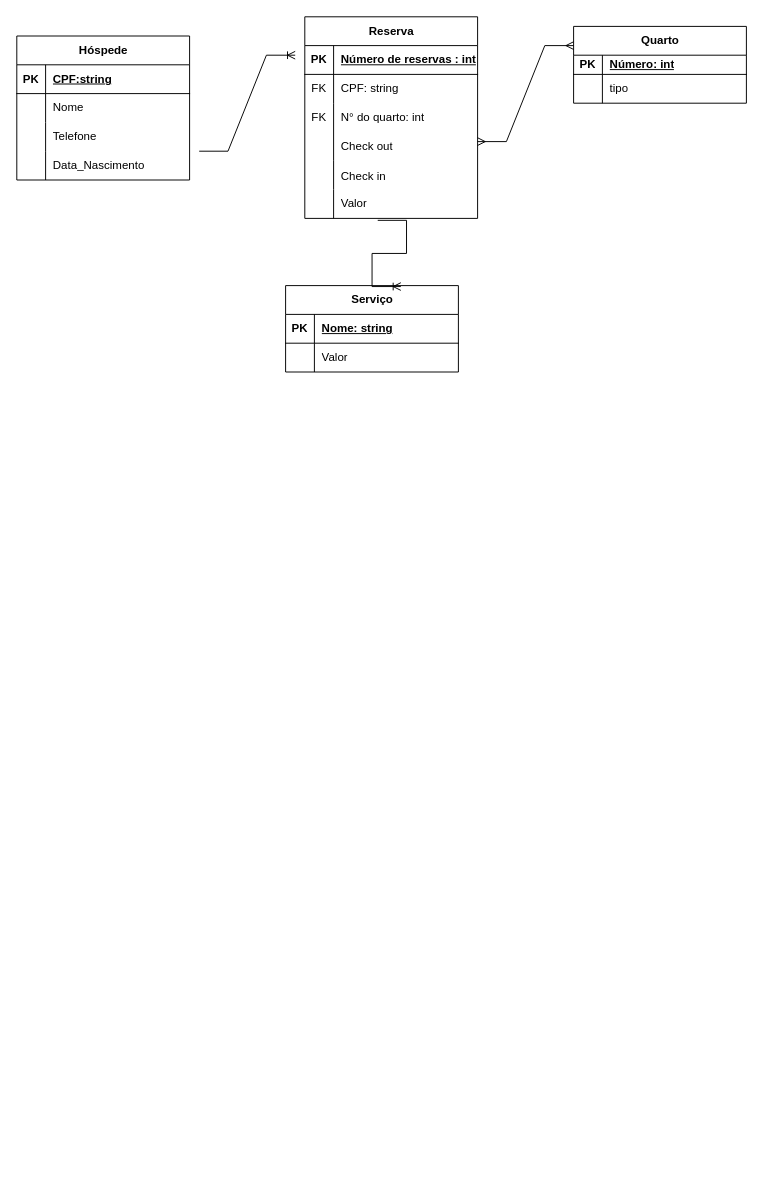
This is aula dia 10.drawio from 20comer70correr69/apc1-engdm1a, a draw.io file, before an edit. Source tidied: cells renumbered, new cells numbered last; positions are measured from the earlier drawing's top-left corner, leaving out a move shared by most shapes. Both pictures are drawn from the tidied source at 96%, with x=0, y=0 at pixel (16, 7).
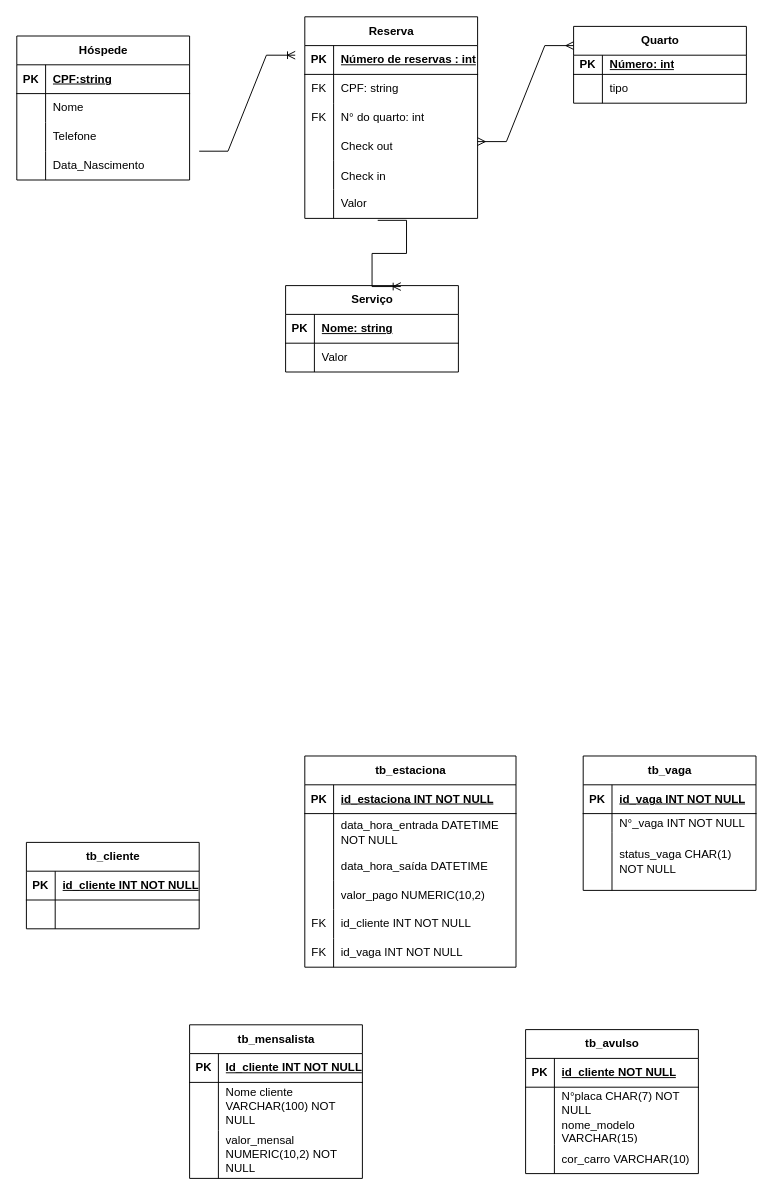
The same diagram, later.

Diff of the diagram source:
```diff
@@
+    <mxCell id="51" value="tb_vaga" style="shape=table;startSize=30;childLayout=tableLayout;rowLines=0;fontStyle=1;align=center;html=1;" parent="1" vertex="1">
+      <mxGeometry x="590" y="780" width="180" height="140" as="geometry" />
+    </mxCell>
+    <mxCell id="52" style="shape=tableRow;horizontal=0;startSize=0;swimlaneHead=0;swimlaneBody=0;fillColor=none;top=0;left=0;right=0;bottom=1;" parent="51" vertex="1">
+      <mxGeometry y="30" width="180" height="30" as="geometry" />
+    </mxCell>
+    <mxCell id="53" value="PK" style="shape=partialRectangle;fillColor=none;top=0;left=0;bottom=0;right=0;fontStyle=1;overflow=hidden;whiteSpace=wrap;html=1;" parent="52" vertex="1">
+      <mxGeometry width="30" height="30" as="geometry" />
+    </mxCell>
+    <mxCell id="54" value="id_vaga INT NOT NULL" style="shape=partialRectangle;fillColor=none;top=0;left=0;bottom=0;right=0;align=left;spacingLeft=6;fontStyle=5;overflow=hidden;whiteSpace=wrap;html=1;" parent="52" vertex="1">
+      <mxGeometry x="30" width="150" height="30" as="geometry" />
+    </mxCell>
+    <mxCell id="55" style="shape=tableRow;horizontal=0;startSize=0;swimlaneHead=0;swimlaneBody=0;fillColor=none;top=0;left=0;right=0;bottom=0;" parent="51" vertex="1">
+      <mxGeometry y="60" width="180" height="20" as="geometry" />
+    </mxCell>
+    <mxCell id="56" style="shape=partialRectangle;fillColor=none;top=0;left=0;bottom=0;right=0;overflow=hidden;whiteSpace=wrap;html=1;" parent="55" vertex="1">
+      <mxGeometry width="30" height="20" as="geometry" />
+    </mxCell>
+    <mxCell id="57" value="N°_vaga INT NOT NULL" style="shape=partialRectangle;fillColor=none;top=0;left=0;bottom=0;right=0;align=left;spacingLeft=6;overflow=hidden;whiteSpace=wrap;html=1;" parent="55" vertex="1">
+      <mxGeometry x="30" width="150" height="20" as="geometry" />
+    </mxCell>
+    <mxCell id="58" style="shape=tableRow;horizontal=0;startSize=0;swimlaneHead=0;swimlaneBody=0;fillColor=none;top=0;left=0;right=0;bottom=0;" parent="51" vertex="1">
+      <mxGeometry y="80" width="180" height="60" as="geometry" />
+    </mxCell>
+    <mxCell id="59" style="shape=partialRectangle;fillColor=none;top=0;left=0;bottom=0;right=0;overflow=hidden;whiteSpace=wrap;html=1;" parent="58" vertex="1">
+      <mxGeometry width="30" height="60" as="geometry" />
+    </mxCell>
+    <mxCell id="60" value="status_vaga CHAR(1) NOT NULL" style="shape=partialRectangle;fillColor=none;top=0;left=0;bottom=0;right=0;align=left;spacingLeft=6;overflow=hidden;whiteSpace=wrap;html=1;" parent="58" vertex="1">
+      <mxGeometry x="30" width="150" height="60" as="geometry" />
+    </mxCell>
+    <mxCell id="61" value="tb_mensalista" style="shape=table;startSize=30;childLayout=tableLayout;rowLines=0;fontStyle=1;align=center;html=1;" parent="1" vertex="1">
+      <mxGeometry x="180" y="1060" width="180" height="160" as="geometry" />
+    </mxCell>
+    <mxCell id="62" style="shape=tableRow;horizontal=0;startSize=0;swimlaneHead=0;swimlaneBody=0;fillColor=none;top=0;left=0;right=0;bottom=1;" parent="61" vertex="1">
+      <mxGeometry y="30" width="180" height="30" as="geometry" />
+    </mxCell>
+    <mxCell id="63" value="PK" style="shape=partialRectangle;fillColor=none;top=0;left=0;bottom=0;right=0;fontStyle=1;overflow=hidden;whiteSpace=wrap;html=1;" parent="62" vertex="1">
+      <mxGeometry width="30" height="30" as="geometry" />
+    </mxCell>
+    <mxCell id="64" value="Id_cliente INT NOT NULL" style="shape=partialRectangle;fillColor=none;top=0;left=0;bottom=0;right=0;align=left;spacingLeft=6;fontStyle=5;overflow=hidden;whiteSpace=wrap;html=1;" parent="62" vertex="1">
+      <mxGeometry x="30" width="150" height="30" as="geometry" />
+    </mxCell>
+    <mxCell id="65" style="shape=tableRow;horizontal=0;startSize=0;swimlaneHead=0;swimlaneBody=0;fillColor=none;top=0;left=0;right=0;bottom=0;" parent="61" vertex="1">
+      <mxGeometry y="60" width="180" height="50" as="geometry" />
+    </mxCell>
+    <mxCell id="66" style="shape=partialRectangle;fillColor=none;top=0;left=0;bottom=0;right=0;overflow=hidden;whiteSpace=wrap;html=1;" parent="65" vertex="1">
+      <mxGeometry width="30" height="50" as="geometry" />
+    </mxCell>
+    <mxCell id="67" value="Nome cliente VARCHAR(100) NOT NULL" style="shape=partialRectangle;fillColor=none;top=0;left=0;bottom=0;right=0;align=left;spacingLeft=6;overflow=hidden;whiteSpace=wrap;html=1;" parent="65" vertex="1">
+      <mxGeometry x="30" width="150" height="50" as="geometry" />
+    </mxCell>
+    <mxCell id="68" style="shape=tableRow;horizontal=0;startSize=0;swimlaneHead=0;swimlaneBody=0;fillColor=none;top=0;left=0;right=0;bottom=0;" parent="61" vertex="1">
+      <mxGeometry y="110" width="180" height="50" as="geometry" />
+    </mxCell>
+    <mxCell id="69" style="shape=partialRectangle;fillColor=none;top=0;left=0;bottom=0;right=0;overflow=hidden;whiteSpace=wrap;html=1;" parent="68" vertex="1">
+      <mxGeometry width="30" height="50" as="geometry" />
+    </mxCell>
+    <mxCell id="70" value="valor_mensal NUMERIC(10,2) NOT NULL" style="shape=partialRectangle;fillColor=none;top=0;left=0;bottom=0;right=0;align=left;spacingLeft=6;overflow=hidden;whiteSpace=wrap;html=1;" parent="68" vertex="1">
+      <mxGeometry x="30" width="150" height="50" as="geometry" />
+    </mxCell>
+    <mxCell id="71" value="tb_avulso" style="shape=table;startSize=30;childLayout=tableLayout;rowLines=0;fontStyle=1;align=center;html=1;" parent="1" vertex="1">
+      <mxGeometry x="530" y="1065" width="180" height="150" as="geometry" />
+    </mxCell>
+    <mxCell id="72" style="shape=tableRow;horizontal=0;startSize=0;swimlaneHead=0;swimlaneBody=0;fillColor=none;top=0;left=0;right=0;bottom=1;" parent="71" vertex="1">
+      <mxGeometry y="30" width="180" height="30" as="geometry" />
+    </mxCell>
+    <mxCell id="73" value="PK" style="shape=partialRectangle;fillColor=none;top=0;left=0;bottom=0;right=0;fontStyle=1;overflow=hidden;whiteSpace=wrap;html=1;" parent="72" vertex="1">
+      <mxGeometry width="30" height="30" as="geometry" />
+    </mxCell>
+    <mxCell id="74" value="id_cliente NOT NULL" style="shape=partialRectangle;fillColor=none;top=0;left=0;bottom=0;right=0;align=left;spacingLeft=6;fontStyle=5;overflow=hidden;whiteSpace=wrap;html=1;" parent="72" vertex="1">
+      <mxGeometry x="30" width="150" height="30" as="geometry" />
+    </mxCell>
+    <mxCell id="75" style="shape=tableRow;horizontal=0;startSize=0;swimlaneHead=0;swimlaneBody=0;fillColor=none;top=0;left=0;right=0;bottom=0;" parent="71" vertex="1">
+      <mxGeometry y="60" width="180" height="30" as="geometry" />
+    </mxCell>
+    <mxCell id="76" style="shape=partialRectangle;fillColor=none;top=0;left=0;bottom=0;right=0;overflow=hidden;whiteSpace=wrap;html=1;" parent="75" vertex="1">
+      <mxGeometry width="30" height="30" as="geometry" />
+    </mxCell>
+    <mxCell id="77" value="N°placa CHAR(7) NOT NULL" style="shape=partialRectangle;fillColor=none;top=0;left=0;bottom=0;right=0;align=left;spacingLeft=6;overflow=hidden;whiteSpace=wrap;html=1;" parent="75" vertex="1">
+      <mxGeometry x="30" width="150" height="30" as="geometry" />
+    </mxCell>
+    <mxCell id="78" style="shape=tableRow;horizontal=0;startSize=0;swimlaneHead=0;swimlaneBody=0;fillColor=none;top=0;left=0;right=0;bottom=0;" parent="71" vertex="1">
+      <mxGeometry y="90" width="180" height="30" as="geometry" />
+    </mxCell>
+    <mxCell id="79" style="shape=partialRectangle;fillColor=none;top=0;left=0;bottom=0;right=0;overflow=hidden;whiteSpace=wrap;html=1;" parent="78" vertex="1">
+      <mxGeometry width="30" height="30" as="geometry" />
+    </mxCell>
+    <mxCell id="80" value="nome_modelo VARCHAR(15)" style="shape=partialRectangle;fillColor=none;top=0;left=0;bottom=0;right=0;align=left;spacingLeft=6;overflow=hidden;whiteSpace=wrap;html=1;" parent="78" vertex="1">
+      <mxGeometry x="30" width="150" height="30" as="geometry" />
+    </mxCell>
+    <mxCell id="81" style="shape=tableRow;horizontal=0;startSize=0;swimlaneHead=0;swimlaneBody=0;fillColor=none;top=0;left=0;right=0;bottom=0;" parent="71" vertex="1">
+      <mxGeometry y="120" width="180" height="30" as="geometry" />
+    </mxCell>
+    <mxCell id="82" style="shape=partialRectangle;fillColor=none;top=0;left=0;bottom=0;right=0;overflow=hidden;whiteSpace=wrap;html=1;" parent="81" vertex="1">
+      <mxGeometry width="30" height="30" as="geometry" />
+    </mxCell>
+    <mxCell id="83" value="cor_carro VARCHAR(10)" style="shape=partialRectangle;fillColor=none;top=0;left=0;bottom=0;right=0;align=left;spacingLeft=6;overflow=hidden;whiteSpace=wrap;html=1;" parent="81" vertex="1">
+      <mxGeometry x="30" width="150" height="30" as="geometry" />
+    </mxCell>
+    <mxCell id="84" value="tb_cliente" style="shape=table;startSize=30;childLayout=tableLayout;rowLines=0;fontStyle=1;align=center;html=1;" parent="1" vertex="1">
+      <mxGeometry x="10" y="870" width="180" height="90" as="geometry" />
+    </mxCell>
+    <mxCell id="85" style="shape=tableRow;horizontal=0;startSize=0;swimlaneHead=0;swimlaneBody=0;fillColor=none;top=0;left=0;right=0;bottom=1;" parent="84" vertex="1">
+      <mxGeometry y="30" width="180" height="30" as="geometry" />
+    </mxCell>
+    <mxCell id="86" value="PK" style="shape=partialRectangle;fillColor=none;top=0;left=0;bottom=0;right=0;fontStyle=1;overflow=hidden;whiteSpace=wrap;html=1;" parent="85" vertex="1">
+      <mxGeometry width="30" height="30" as="geometry" />
+    </mxCell>
+    <mxCell id="87" value="id_cliente INT NOT NULL" style="shape=partialRectangle;fillColor=none;top=0;left=0;bottom=0;right=0;align=left;spacingLeft=6;fontStyle=5;overflow=hidden;whiteSpace=wrap;html=1;" parent="85" vertex="1">
+      <mxGeometry x="30" width="150" height="30" as="geometry" />
+    </mxCell>
+    <mxCell id="88" style="shape=tableRow;horizontal=0;startSize=0;swimlaneHead=0;swimlaneBody=0;fillColor=none;top=0;left=0;right=0;bottom=0;" parent="84" vertex="1">
+      <mxGeometry y="60" width="180" height="30" as="geometry" />
+    </mxCell>
+    <mxCell id="89" style="shape=partialRectangle;fillColor=none;top=0;left=0;bottom=0;right=0;overflow=hidden;whiteSpace=wrap;html=1;" parent="88" vertex="1">
+      <mxGeometry width="30" height="30" as="geometry" />
+    </mxCell>
+    <mxCell id="90" style="shape=partialRectangle;fillColor=none;top=0;left=0;bottom=0;right=0;align=left;spacingLeft=6;overflow=hidden;whiteSpace=wrap;html=1;" parent="88" vertex="1">
+      <mxGeometry x="30" width="150" height="30" as="geometry" />
+    </mxCell>
+    <mxCell id="91" value="tb_estaciona" style="shape=table;startSize=30;childLayout=tableLayout;rowLines=0;fontStyle=1;align=center;html=1;" parent="1" vertex="1">
+      <mxGeometry x="300" y="780" width="220" height="220" as="geometry" />
+    </mxCell>
+    <mxCell id="92" style="shape=tableRow;horizontal=0;startSize=0;swimlaneHead=0;swimlaneBody=0;fillColor=none;top=0;left=0;right=0;bottom=1;" parent="91" vertex="1">
+      <mxGeometry y="30" width="220" height="30" as="geometry" />
+    </mxCell>
+    <mxCell id="93" value="PK" style="shape=partialRectangle;fillColor=none;top=0;left=0;bottom=0;right=0;fontStyle=1;overflow=hidden;whiteSpace=wrap;html=1;" parent="92" vertex="1">
+      <mxGeometry width="30" height="30" as="geometry" />
+    </mxCell>
+    <mxCell id="94" value="id_estaciona INT NOT NULL" style="shape=partialRectangle;fillColor=none;top=0;left=0;bottom=0;right=0;align=left;spacingLeft=6;fontStyle=5;overflow=hidden;whiteSpace=wrap;html=1;" parent="92" vertex="1">
+      <mxGeometry x="30" width="190" height="30" as="geometry" />
+    </mxCell>
+    <mxCell id="95" style="shape=tableRow;horizontal=0;startSize=0;swimlaneHead=0;swimlaneBody=0;fillColor=none;top=0;left=0;right=0;bottom=0;" parent="91" vertex="1">
+      <mxGeometry y="60" width="220" height="40" as="geometry" />
+    </mxCell>
+    <mxCell id="96" style="shape=partialRectangle;fillColor=none;top=0;left=0;bottom=0;right=0;overflow=hidden;whiteSpace=wrap;html=1;" parent="95" vertex="1">
+      <mxGeometry width="30" height="40" as="geometry" />
+    </mxCell>
+    <mxCell id="97" value="data_hora_entrada DATETIME NOT NULL" style="shape=partialRectangle;fillColor=none;top=0;left=0;bottom=0;right=0;align=left;spacingLeft=6;overflow=hidden;whiteSpace=wrap;html=1;" parent="95" vertex="1">
+      <mxGeometry x="30" width="190" height="40" as="geometry" />
+    </mxCell>
+    <mxCell id="98" style="shape=tableRow;horizontal=0;startSize=0;swimlaneHead=0;swimlaneBody=0;fillColor=none;top=0;left=0;right=0;bottom=0;" parent="91" vertex="1">
+      <mxGeometry y="100" width="220" height="30" as="geometry" />
+    </mxCell>
+    <mxCell id="99" style="shape=partialRectangle;fillColor=none;top=0;left=0;bottom=0;right=0;overflow=hidden;whiteSpace=wrap;html=1;" parent="98" vertex="1">
+      <mxGeometry width="30" height="30" as="geometry" />
+    </mxCell>
+    <mxCell id="100" value="data_hora_saída DATETIME" style="shape=partialRectangle;fillColor=none;top=0;left=0;bottom=0;right=0;align=left;spacingLeft=6;overflow=hidden;whiteSpace=wrap;html=1;" parent="98" vertex="1">
+      <mxGeometry x="30" width="190" height="30" as="geometry" />
+    </mxCell>
+    <mxCell id="101" style="shape=tableRow;horizontal=0;startSize=0;swimlaneHead=0;swimlaneBody=0;fillColor=none;top=0;left=0;right=0;bottom=0;" parent="91" vertex="1">
+      <mxGeometry y="130" width="220" height="30" as="geometry" />
+    </mxCell>
+    <mxCell id="102" style="shape=partialRectangle;fillColor=none;top=0;left=0;bottom=0;right=0;overflow=hidden;whiteSpace=wrap;html=1;" parent="101" vertex="1">
+      <mxGeometry width="30" height="30" as="geometry" />
+    </mxCell>
+    <mxCell id="103" value="valor_pago NUMERIC(10,2)" style="shape=partialRectangle;fillColor=none;top=0;left=0;bottom=0;right=0;align=left;spacingLeft=6;overflow=hidden;whiteSpace=wrap;html=1;" parent="101" vertex="1">
+      <mxGeometry x="30" width="190" height="30" as="geometry" />
+    </mxCell>
+    <mxCell id="104" style="shape=tableRow;horizontal=0;startSize=0;swimlaneHead=0;swimlaneBody=0;fillColor=none;top=0;left=0;right=0;bottom=0;" parent="91" vertex="1">
+      <mxGeometry y="160" width="220" height="30" as="geometry" />
+    </mxCell>
+    <mxCell id="105" value="FK" style="shape=partialRectangle;fillColor=none;top=0;left=0;bottom=0;right=0;fontStyle=0;overflow=hidden;whiteSpace=wrap;html=1;" parent="104" vertex="1">
+      <mxGeometry width="30" height="30" as="geometry" />
+    </mxCell>
+    <mxCell id="106" value="id_cliente INT NOT NULL" style="shape=partialRectangle;fillColor=none;top=0;left=0;bottom=0;right=0;align=left;spacingLeft=6;fontStyle=0;overflow=hidden;whiteSpace=wrap;html=1;" parent="104" vertex="1">
+      <mxGeometry x="30" width="190" height="30" as="geometry" />
+    </mxCell>
+    <mxCell id="107" style="shape=tableRow;horizontal=0;startSize=0;swimlaneHead=0;swimlaneBody=0;fillColor=none;top=0;left=0;right=0;bottom=0;" parent="91" vertex="1">
+      <mxGeometry y="190" width="220" height="30" as="geometry" />
+    </mxCell>
+    <mxCell id="108" value="FK" style="shape=partialRectangle;fillColor=none;top=0;left=0;bottom=0;right=0;fontStyle=0;overflow=hidden;whiteSpace=wrap;html=1;" parent="107" vertex="1">
+      <mxGeometry width="30" height="30" as="geometry" />
+    </mxCell>
+    <mxCell id="109" value="id_vaga INT NOT NULL" style="shape=partialRectangle;fillColor=none;top=0;left=0;bottom=0;right=0;align=left;spacingLeft=6;fontStyle=0;overflow=hidden;whiteSpace=wrap;html=1;" parent="107" vertex="1">
+      <mxGeometry x="30" width="190" height="30" as="geometry" />
+    </mxCell>
```
